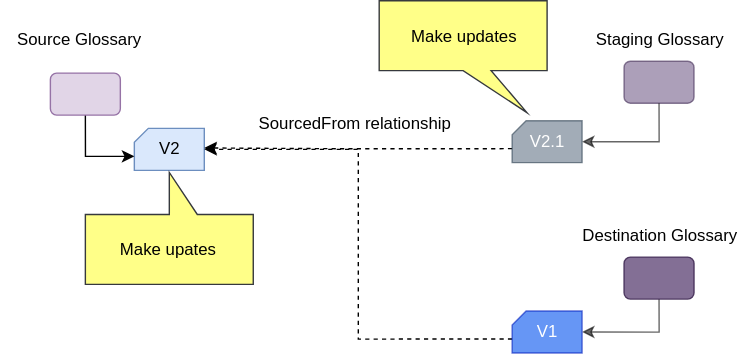
The draw.io diagram site/docs/services/omvs/glossary-workflow/temporary-staging-glossary-6.svg in odpi/egeria-docs, before a commit. Source tidied: cells renumbered, new cells last; positions are measured from the earlier drawing's top-left corner, leaving out a move shared by most shapes. Source of this version:
```xml
<mxGraphModel>
  <root>
    <mxCell id="0" />
    <mxCell id="1" parent="0" />
    <mxCell id="2" style="rounded=1;whiteSpace=wrap;html=1;fillColor=#76608a;fontColor=#ffffff;strokeColor=#432D57;opacity=60;" parent="1" vertex="1">
      <mxGeometry x="444.5" y="43.2" width="50" height="30" as="geometry" />
    </mxCell>
    <mxCell id="3" value="V2" style="shape=card;whiteSpace=wrap;html=1;size=10;fillColor=#dae8fc;strokeColor=#6c8ebf;" parent="1" vertex="1">
      <mxGeometry x="94.5" y="91.2" width="50" height="30" as="geometry" />
    </mxCell>
    <mxCell id="4" style="edgeStyle=orthogonalEdgeStyle;rounded=0;jettySize=auto;html=1;exitX=0.5;exitY=1;exitDx=0;exitDy=0;entryX=0;entryY=0;entryDx=0;entryDy=20;entryPerimeter=0;" parent="1" edge="1" source="5" target="3">
      <mxGeometry relative="1" as="geometry" />
    </mxCell>
    <mxCell id="5" style="rounded=1;whiteSpace=wrap;html=1;fillColor=#e1d5e7;strokeColor=#9673a6;" parent="1" vertex="1">
      <mxGeometry x="34.5" y="51.8" width="50" height="30" as="geometry" />
    </mxCell>
    <mxCell id="6" value="Source Glossary" style="text;html=1;align=center;verticalAlign=middle;strokeColor=none;fillColor=none;" parent="1" vertex="1">
      <mxGeometry x="-0.5" y="13.2" width="110" height="30" as="geometry" />
    </mxCell>
    <mxCell id="7" value="Staging Glossary" style="text;html=1;align=center;verticalAlign=middle;strokeColor=none;fillColor=none;" parent="1" vertex="1">
      <mxGeometry x="414.5" y="13.2" width="110" height="30" as="geometry" />
    </mxCell>
    <mxCell id="8" style="edgeStyle=orthogonalEdgeStyle;rounded=0;jettySize=auto;html=1;exitX=0.5;exitY=1;exitDx=0;exitDy=0;entryX=1;entryY=0.5;entryDx=0;entryDy=0;entryPerimeter=0;opacity=60;" parent="1" edge="1" source="9" target="11">
      <mxGeometry relative="1" as="geometry" />
    </mxCell>
    <mxCell id="9" style="rounded=1;whiteSpace=wrap;html=1;fillColor=#76608a;fontColor=#ffffff;strokeColor=#432D57;opacity=90;" parent="1" vertex="1">
      <mxGeometry x="444.5" y="183.2" width="50" height="30" as="geometry" />
    </mxCell>
    <mxCell id="10" style="edgeStyle=orthogonalEdgeStyle;rounded=0;jettySize=auto;html=1;exitX=0;exitY=0;exitDx=0;exitDy=20;exitPerimeter=0;entryX=1;entryY=0.5;entryDx=0;entryDy=0;entryPerimeter=0;dashed=1;" parent="1" edge="1" source="11" target="3">
      <mxGeometry relative="1" as="geometry" />
    </mxCell>
    <mxCell id="11" value="V1" style="shape=card;whiteSpace=wrap;html=1;size=10;fillColor=#0050ef;strokeColor=#001DBC;fontColor=#ffffff;opacity=60;" parent="1" vertex="1">
      <mxGeometry x="364.5" y="221.8" width="50" height="30" as="geometry" />
    </mxCell>
    <mxCell id="12" value="Destination Glossary" style="text;html=1;align=center;verticalAlign=middle;strokeColor=none;fillColor=none;" parent="1" vertex="1">
      <mxGeometry x="404.5" y="153.2" width="130" height="30" as="geometry" />
    </mxCell>
    <mxCell id="13" value="SourcedFrom relationship" style="text;html=1;align=center;verticalAlign=middle;strokeColor=none;fillColor=none;" parent="1" vertex="1">
      <mxGeometry x="172" y="73.2" width="160" height="30" as="geometry" />
    </mxCell>
    <mxCell id="14" value="Make upates" style="shape=callout;whiteSpace=wrap;html=1;perimeter=calloutPerimeter;fillColor=#ffff88;strokeColor=#36393d;flipV=1;" parent="1" vertex="1">
      <mxGeometry x="59.5" y="122.8" width="120" height="80" as="geometry" />
    </mxCell>
    <mxCell id="15" style="edgeStyle=orthogonalEdgeStyle;rounded=0;jettySize=auto;html=1;entryX=1;entryY=0.5;entryDx=0;entryDy=0;entryPerimeter=0;opacity=60;exitX=0.5;exitY=1;exitDx=0;exitDy=0;" parent="1" edge="1" source="2" target="17">
      <mxGeometry relative="1" as="geometry" />
    </mxCell>
    <mxCell id="16" style="edgeStyle=orthogonalEdgeStyle;rounded=0;jettySize=auto;html=1;exitX=0;exitY=0;exitDx=0;exitDy=20;exitPerimeter=0;dashed=1;" parent="1" edge="1" source="17">
      <mxGeometry relative="1" as="geometry">
        <mxPoint x="144.5" y="105.2" as="targetPoint" />
      </mxGeometry>
    </mxCell>
    <mxCell id="17" value="V2.1" style="shape=card;whiteSpace=wrap;html=1;size=10;fillColor=#647687;strokeColor=#314354;fontColor=#ffffff;opacity=60;" parent="1" vertex="1">
      <mxGeometry x="364.5" y="85.8" width="50" height="30" as="geometry" />
    </mxCell>
    <mxCell id="18" style="shape=callout;whiteSpace=wrap;html=1;perimeter=calloutPerimeter;fillColor=#ffff88;strokeColor=#36393d;flipV=0;position2=0.88;" parent="1" vertex="1">
      <mxGeometry x="269.5" width="120" height="80" as="geometry" />
    </mxCell>
    <mxCell id="19" value="Make updates" style="text;html=1;align=center;verticalAlign=middle;strokeColor=none;fillColor=none;" parent="1" vertex="1">
      <mxGeometry x="279.5" y="11" width="100" height="30" as="geometry" />
    </mxCell>
  </root>
</mxGraphModel>
```
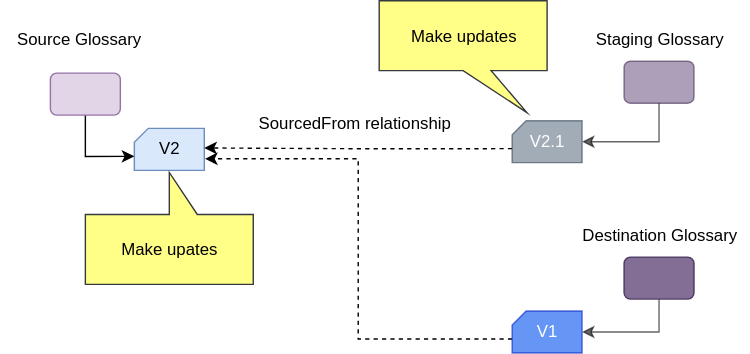
Later version of the same file.

Diff of the diagram source:
```diff
@@ -26,7 +26,7 @@
     <mxCell id="9" style="rounded=1;whiteSpace=wrap;html=1;fillColor=#76608a;fontColor=#ffffff;strokeColor=#432D57;opacity=90;" parent="1" vertex="1">
       <mxGeometry x="444.5" y="183.2" width="50" height="30" as="geometry" />
     </mxCell>
-    <mxCell id="10" style="edgeStyle=orthogonalEdgeStyle;rounded=0;jettySize=auto;html=1;exitX=0;exitY=0;exitDx=0;exitDy=20;exitPerimeter=0;entryX=1;entryY=0.5;entryDx=0;entryDy=0;entryPerimeter=0;dashed=1;" parent="1" edge="1" source="11" target="3">
+    <mxCell id="10" style="edgeStyle=orthogonalEdgeStyle;rounded=0;jettySize=auto;html=1;exitX=0;exitY=0;exitDx=0;exitDy=20;exitPerimeter=0;entryX=1.01;entryY=0.725;entryDx=0;entryDy=0;entryPerimeter=0;dashed=1;" parent="1" edge="1" source="11" target="3">
       <mxGeometry relative="1" as="geometry" />
     </mxCell>
     <mxCell id="11" value="V1" style="shape=card;whiteSpace=wrap;html=1;size=10;fillColor=#0050ef;strokeColor=#001DBC;fontColor=#ffffff;opacity=60;" parent="1" vertex="1">
```
